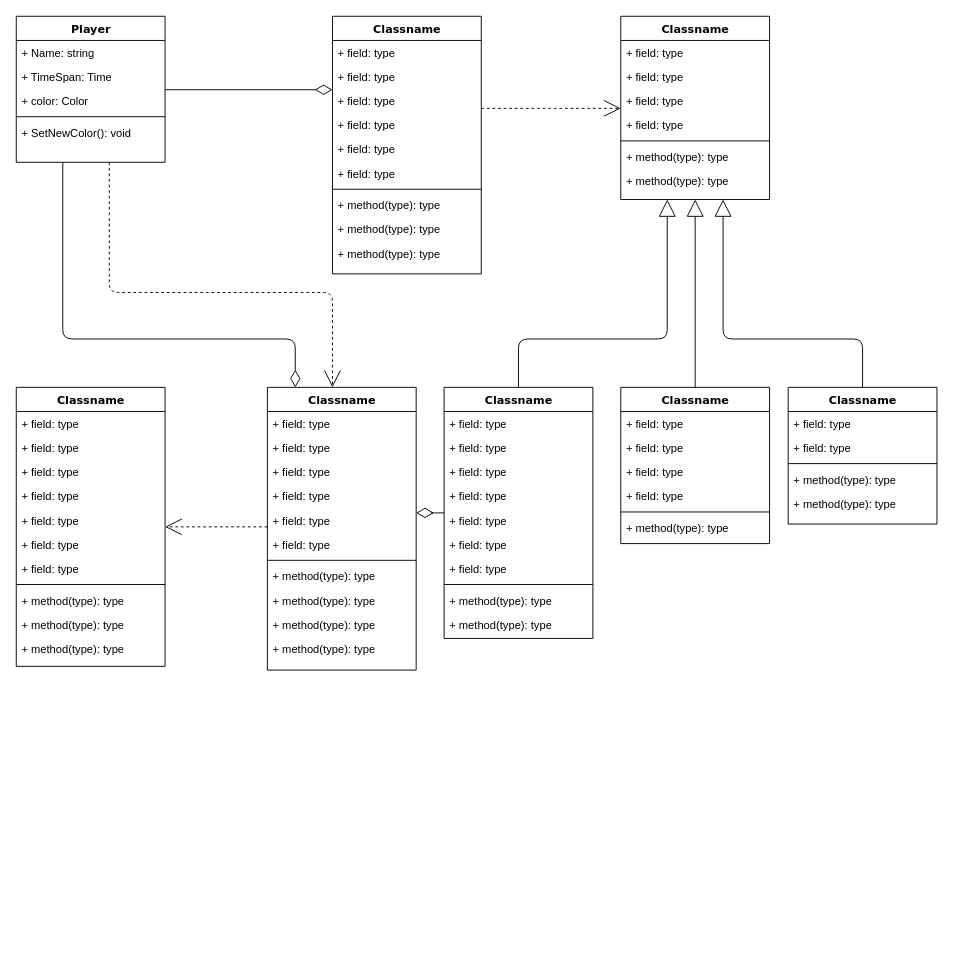
The draw.io diagram Diagram/MultiplayerClock.drawio in adrianvmoldovan/MultiplayerClock, before the edit. Source tidied: cells renumbered, new cells numbered last; positions are measured from the earlier drawing's top-left corner, leaving out a move shared by most shapes. Both pictures are drawn from the tidied source at 93%, with x=0, y=0 at pixel (16, 16).
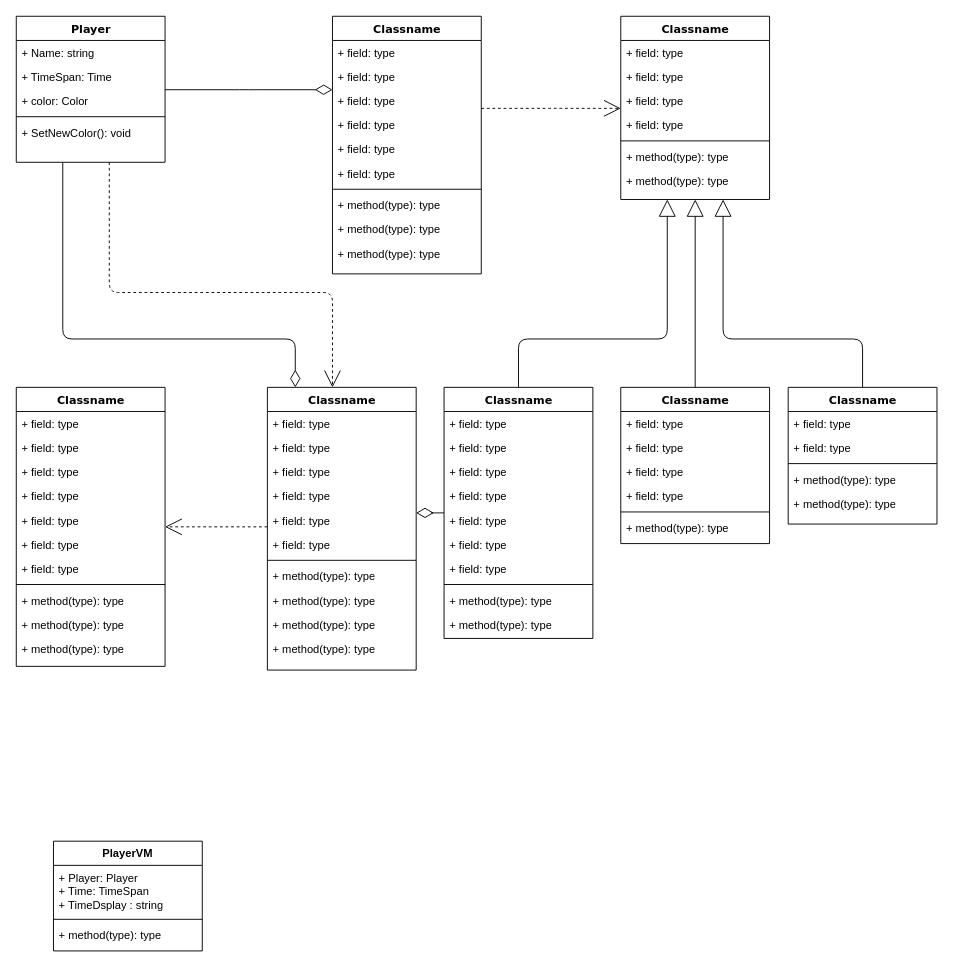
Above is the later version.

The edit, as a diff of the source:
```diff
@@
+    <mxCell id="84" value="PlayerVM" style="swimlane;fontStyle=1;align=center;verticalAlign=top;horizontal=1;startSize=26;whiteSpace=wrap;html=1;" parent="1" vertex="1">
+      <mxGeometry x="40" y="887" width="160" height="118" as="geometry" />
+    </mxCell>
+    <mxCell id="85" value="+ Player: Player&lt;div&gt;+ Time: TimeSpan&lt;/div&gt;&lt;div&gt;+ TimeDsplay : string&lt;/div&gt;" style="text;strokeColor=none;fillColor=none;align=left;verticalAlign=top;spacingLeft=4;spacingRight=4;overflow=hidden;whiteSpace=wrap;html=1;" parent="84" vertex="1">
+      <mxGeometry y="26" width="160" height="54" as="geometry" />
+    </mxCell>
+    <mxCell id="86" style="line;strokeWidth=1;fillColor=none;align=left;verticalAlign=middle;spacingTop=-1;spacingLeft=3;spacingRight=3;labelPosition=right;strokeColor=inherit;" parent="84" vertex="1">
+      <mxGeometry y="80" width="160" height="8" as="geometry" />
+    </mxCell>
+    <mxCell id="87" value="+ method(type): type" style="text;strokeColor=none;fillColor=none;align=left;verticalAlign=top;spacingLeft=4;spacingRight=4;overflow=hidden;whiteSpace=wrap;html=1;" parent="84" vertex="1">
+      <mxGeometry y="88" width="160" height="30" as="geometry" />
+    </mxCell>
```
